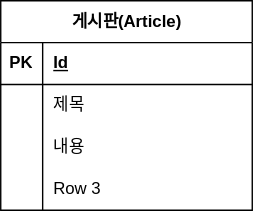
Earlier version of the draw.io export document/project-board-erd.svg (cafe-jun/spring-board). Source tidied: cells renumbered, new cells last; positions are measured from the earlier drawing's top-left corner, leaving out a move shared by most shapes. Its diagram source:
```xml
<mxGraphModel>
  <root>
    <mxCell id="0" />
    <mxCell id="1" parent="0" />
    <mxCell id="2" value="게시판(Article)" style="shape=table;startSize=30;rowLines=0;fontStyle=1;align=center;html=1;" parent="1" vertex="1">
      <mxGeometry width="180" height="150" as="geometry" />
    </mxCell>
    <mxCell id="3" style="shape=tableRow;horizontal=0;startSize=0;swimlaneHead=0;swimlaneBody=0;fillColor=none;top=0;left=0;right=0;bottom=1;" parent="2" vertex="1">
      <mxGeometry y="30" width="180" height="30" as="geometry" />
    </mxCell>
    <mxCell id="4" value="PK" style="shape=partialRectangle;fillColor=none;top=0;left=0;bottom=0;right=0;fontStyle=1;overflow=hidden;whiteSpace=wrap;html=1;" parent="3" vertex="1">
      <mxGeometry width="30" height="30" as="geometry" />
    </mxCell>
    <mxCell id="5" value="Id" style="shape=partialRectangle;fillColor=none;top=0;left=0;bottom=0;right=0;align=left;spacingLeft=6;fontStyle=5;overflow=hidden;whiteSpace=wrap;html=1;" parent="3" vertex="1">
      <mxGeometry x="30" width="150" height="30" as="geometry" />
    </mxCell>
    <mxCell id="6" style="shape=tableRow;horizontal=0;startSize=0;swimlaneHead=0;swimlaneBody=0;fillColor=none;top=0;left=0;right=0;bottom=0;" parent="2" vertex="1">
      <mxGeometry y="60" width="180" height="30" as="geometry" />
    </mxCell>
    <mxCell id="7" style="shape=partialRectangle;fillColor=none;top=0;left=0;bottom=0;right=0;overflow=hidden;whiteSpace=wrap;html=1;" parent="6" vertex="1">
      <mxGeometry width="30" height="30" as="geometry" />
    </mxCell>
    <mxCell id="8" value="제목" style="shape=partialRectangle;fillColor=none;top=0;left=0;bottom=0;right=0;align=left;spacingLeft=6;overflow=hidden;whiteSpace=wrap;html=1;" parent="6" vertex="1">
      <mxGeometry x="30" width="150" height="30" as="geometry" />
    </mxCell>
    <mxCell id="9" style="shape=tableRow;horizontal=0;startSize=0;swimlaneHead=0;swimlaneBody=0;fillColor=none;top=0;left=0;right=0;bottom=0;" parent="2" vertex="1">
      <mxGeometry y="90" width="180" height="30" as="geometry" />
    </mxCell>
    <mxCell id="10" style="shape=partialRectangle;fillColor=none;top=0;left=0;bottom=0;right=0;overflow=hidden;whiteSpace=wrap;html=1;" parent="9" vertex="1">
      <mxGeometry width="30" height="30" as="geometry" />
    </mxCell>
    <mxCell id="11" value="내용" style="shape=partialRectangle;fillColor=none;top=0;left=0;bottom=0;right=0;align=left;spacingLeft=6;overflow=hidden;whiteSpace=wrap;html=1;" parent="9" vertex="1">
      <mxGeometry x="30" width="150" height="30" as="geometry" />
    </mxCell>
    <mxCell id="12" style="shape=tableRow;horizontal=0;startSize=0;swimlaneHead=0;swimlaneBody=0;fillColor=none;top=0;left=0;right=0;bottom=0;" parent="2" vertex="1">
      <mxGeometry y="120" width="180" height="30" as="geometry" />
    </mxCell>
    <mxCell id="13" style="shape=partialRectangle;fillColor=none;top=0;left=0;bottom=0;right=0;overflow=hidden;whiteSpace=wrap;html=1;" parent="12" vertex="1">
      <mxGeometry width="30" height="30" as="geometry" />
    </mxCell>
    <mxCell id="14" value="Row 3" style="shape=partialRectangle;fillColor=none;top=0;left=0;bottom=0;right=0;align=left;spacingLeft=6;overflow=hidden;whiteSpace=wrap;html=1;" parent="12" vertex="1">
      <mxGeometry x="30" width="150" height="30" as="geometry" />
    </mxCell>
  </root>
</mxGraphModel>
```
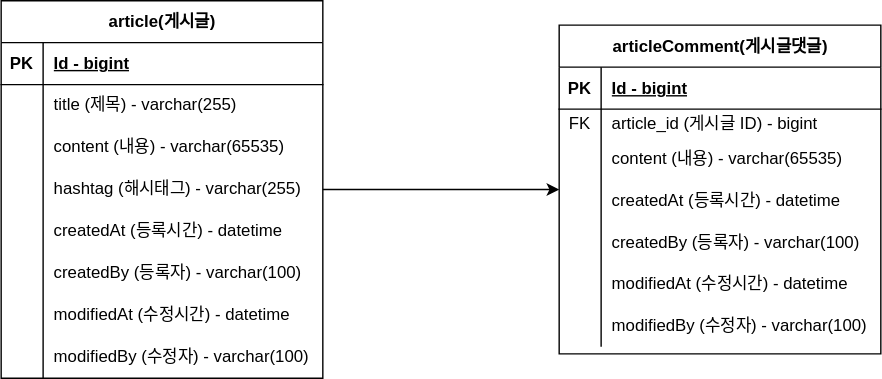
The same file after the commit.

Change to the diagram source:
```diff
@@ -2,44 +2,149 @@
   <root>
     <mxCell id="0" />
     <mxCell id="1" parent="0" />
+    <mxCell id="15" style="edgeStyle=orthogonalEdgeStyle;rounded=0;jettySize=auto;html=1;" parent="1" edge="1" source="2" target="28">
+      <mxGeometry relative="1" as="geometry" />
+    </mxCell>
-    <mxCell id="2" value="게시판(Article)" style="shape=table;startSize=30;rowLines=0;fontStyle=1;align=center;html=1;" parent="1" vertex="1">
-      <mxGeometry width="180" height="150" as="geometry" />
+    <mxCell id="2" value="article(게시글)" style="shape=table;startSize=30;rowLines=0;fontStyle=1;align=center;html=1;" parent="1" vertex="1">
+      <mxGeometry width="230" height="270" as="geometry" />
     </mxCell>
     <mxCell id="3" style="shape=tableRow;horizontal=0;startSize=0;swimlaneHead=0;swimlaneBody=0;fillColor=none;top=0;left=0;right=0;bottom=1;" parent="2" vertex="1">
-      <mxGeometry y="30" width="180" height="30" as="geometry" />
+      <mxGeometry y="30" width="230" height="30" as="geometry" />
     </mxCell>
     <mxCell id="4" value="PK" style="shape=partialRectangle;fillColor=none;top=0;left=0;bottom=0;right=0;fontStyle=1;overflow=hidden;whiteSpace=wrap;html=1;" parent="3" vertex="1">
       <mxGeometry width="30" height="30" as="geometry" />
     </mxCell>
-    <mxCell id="5" value="Id" style="shape=partialRectangle;fillColor=none;top=0;left=0;bottom=0;right=0;align=left;spacingLeft=6;fontStyle=5;overflow=hidden;whiteSpace=wrap;html=1;" parent="3" vertex="1">
-      <mxGeometry x="30" width="150" height="30" as="geometry" />
+    <mxCell id="5" value="Id - bigint" style="shape=partialRectangle;fillColor=none;top=0;left=0;bottom=0;right=0;align=left;spacingLeft=6;fontStyle=5;overflow=hidden;whiteSpace=wrap;html=1;" parent="3" vertex="1">
+      <mxGeometry x="30" width="200" height="30" as="geometry" />
     </mxCell>
     <mxCell id="6" style="shape=tableRow;horizontal=0;startSize=0;swimlaneHead=0;swimlaneBody=0;fillColor=none;top=0;left=0;right=0;bottom=0;" parent="2" vertex="1">
-      <mxGeometry y="60" width="180" height="30" as="geometry" />
+      <mxGeometry y="60" width="230" height="30" as="geometry" />
     </mxCell>
     <mxCell id="7" style="shape=partialRectangle;fillColor=none;top=0;left=0;bottom=0;right=0;overflow=hidden;whiteSpace=wrap;html=1;" parent="6" vertex="1">
       <mxGeometry width="30" height="30" as="geometry" />
     </mxCell>
-    <mxCell id="8" value="제목" style="shape=partialRectangle;fillColor=none;top=0;left=0;bottom=0;right=0;align=left;spacingLeft=6;overflow=hidden;whiteSpace=wrap;html=1;" parent="6" vertex="1">
-      <mxGeometry x="30" width="150" height="30" as="geometry" />
+    <mxCell id="8" value="title (제목) - varchar(255)" style="shape=partialRectangle;fillColor=none;top=0;left=0;bottom=0;right=0;align=left;spacingLeft=6;overflow=hidden;whiteSpace=wrap;html=1;" parent="6" vertex="1">
+      <mxGeometry x="30" width="200" height="30" as="geometry" />
     </mxCell>
     <mxCell id="9" style="shape=tableRow;horizontal=0;startSize=0;swimlaneHead=0;swimlaneBody=0;fillColor=none;top=0;left=0;right=0;bottom=0;" parent="2" vertex="1">
-      <mxGeometry y="90" width="180" height="30" as="geometry" />
+      <mxGeometry y="90" width="230" height="30" as="geometry" />
     </mxCell>
     <mxCell id="10" style="shape=partialRectangle;fillColor=none;top=0;left=0;bottom=0;right=0;overflow=hidden;whiteSpace=wrap;html=1;" parent="9" vertex="1">
       <mxGeometry width="30" height="30" as="geometry" />
     </mxCell>
-    <mxCell id="11" value="내용" style="shape=partialRectangle;fillColor=none;top=0;left=0;bottom=0;right=0;align=left;spacingLeft=6;overflow=hidden;whiteSpace=wrap;html=1;" parent="9" vertex="1">
-      <mxGeometry x="30" width="150" height="30" as="geometry" />
+    <mxCell id="11" value="content (내용) - varchar(65535)" style="shape=partialRectangle;fillColor=none;top=0;left=0;bottom=0;right=0;align=left;spacingLeft=6;overflow=hidden;whiteSpace=wrap;html=1;" parent="9" vertex="1">
+      <mxGeometry x="30" width="200" height="30" as="geometry" />
     </mxCell>
     <mxCell id="12" style="shape=tableRow;horizontal=0;startSize=0;swimlaneHead=0;swimlaneBody=0;fillColor=none;top=0;left=0;right=0;bottom=0;" parent="2" vertex="1">
-      <mxGeometry y="120" width="180" height="30" as="geometry" />
+      <mxGeometry y="120" width="230" height="30" as="geometry" />
     </mxCell>
     <mxCell id="13" style="shape=partialRectangle;fillColor=none;top=0;left=0;bottom=0;right=0;overflow=hidden;whiteSpace=wrap;html=1;" parent="12" vertex="1">
       <mxGeometry width="30" height="30" as="geometry" />
     </mxCell>
-    <mxCell id="14" value="Row 3" style="shape=partialRectangle;fillColor=none;top=0;left=0;bottom=0;right=0;align=left;spacingLeft=6;overflow=hidden;whiteSpace=wrap;html=1;" parent="12" vertex="1">
-      <mxGeometry x="30" width="150" height="30" as="geometry" />
+    <mxCell id="14" value="hashtag (해시태그) - varchar(255)" style="shape=partialRectangle;fillColor=none;top=0;left=0;bottom=0;right=0;align=left;spacingLeft=6;overflow=hidden;whiteSpace=wrap;html=1;" parent="12" vertex="1">
+      <mxGeometry x="30" width="200" height="30" as="geometry" />
     </mxCell>
+    <mxCell id="16" style="shape=tableRow;horizontal=0;startSize=0;swimlaneHead=0;swimlaneBody=0;fillColor=none;top=0;left=0;right=0;bottom=0;" parent="2" vertex="1">
+      <mxGeometry y="150" width="230" height="30" as="geometry" />
+    </mxCell>
+    <mxCell id="17" style="shape=partialRectangle;fillColor=none;top=0;left=0;bottom=0;right=0;overflow=hidden;whiteSpace=wrap;html=1;" parent="16" vertex="1">
+      <mxGeometry width="30" height="30" as="geometry" />
+    </mxCell>
+    <mxCell id="18" value="createdAt (등록시간) - datetime" style="shape=partialRectangle;fillColor=none;top=0;left=0;bottom=0;right=0;align=left;spacingLeft=6;overflow=hidden;whiteSpace=wrap;html=1;" parent="16" vertex="1">
+      <mxGeometry x="30" width="200" height="30" as="geometry" />
+    </mxCell>
+    <mxCell id="19" style="shape=tableRow;horizontal=0;startSize=0;swimlaneHead=0;swimlaneBody=0;fillColor=none;top=0;left=0;right=0;bottom=0;" parent="2" vertex="1">
+      <mxGeometry y="180" width="230" height="30" as="geometry" />
+    </mxCell>
+    <mxCell id="20" style="shape=partialRectangle;fillColor=none;top=0;left=0;bottom=0;right=0;overflow=hidden;whiteSpace=wrap;html=1;" parent="19" vertex="1">
+      <mxGeometry width="30" height="30" as="geometry" />
+    </mxCell>
+    <mxCell id="21" value="createdBy (등록자) - varchar(100)" style="shape=partialRectangle;fillColor=none;top=0;left=0;bottom=0;right=0;align=left;spacingLeft=6;overflow=hidden;whiteSpace=wrap;html=1;" parent="19" vertex="1">
+      <mxGeometry x="30" width="200" height="30" as="geometry" />
+    </mxCell>
+    <mxCell id="22" style="shape=tableRow;horizontal=0;startSize=0;swimlaneHead=0;swimlaneBody=0;fillColor=none;top=0;left=0;right=0;bottom=0;" parent="2" vertex="1">
+      <mxGeometry y="210" width="230" height="30" as="geometry" />
+    </mxCell>
+    <mxCell id="23" style="shape=partialRectangle;fillColor=none;top=0;left=0;bottom=0;right=0;overflow=hidden;whiteSpace=wrap;html=1;" parent="22" vertex="1">
+      <mxGeometry width="30" height="30" as="geometry" />
+    </mxCell>
+    <mxCell id="24" value="modifiedAt (수정시간) - datetime" style="shape=partialRectangle;fillColor=none;top=0;left=0;bottom=0;right=0;align=left;spacingLeft=6;overflow=hidden;whiteSpace=wrap;html=1;" parent="22" vertex="1">
+      <mxGeometry x="30" width="200" height="30" as="geometry" />
+    </mxCell>
+    <mxCell id="25" style="shape=tableRow;horizontal=0;startSize=0;swimlaneHead=0;swimlaneBody=0;fillColor=none;top=0;left=0;right=0;bottom=0;" parent="2" vertex="1">
+      <mxGeometry y="240" width="230" height="30" as="geometry" />
+    </mxCell>
+    <mxCell id="26" style="shape=partialRectangle;fillColor=none;top=0;left=0;bottom=0;right=0;overflow=hidden;whiteSpace=wrap;html=1;" parent="25" vertex="1">
+      <mxGeometry width="30" height="30" as="geometry" />
+    </mxCell>
+    <mxCell id="27" value="modifiedBy (수정자) - varchar(100)" style="shape=partialRectangle;fillColor=none;top=0;left=0;bottom=0;right=0;align=left;spacingLeft=6;overflow=hidden;whiteSpace=wrap;html=1;" parent="25" vertex="1">
+      <mxGeometry x="30" width="200" height="30" as="geometry" />
+    </mxCell>
+    <mxCell id="28" value="articleComment(게시글댓글)" style="shape=table;startSize=30;rowLines=0;fontStyle=1;align=center;html=1;" parent="1" vertex="1">
+      <mxGeometry x="399" y="17.5" width="230" height="235" as="geometry" />
+    </mxCell>
+    <mxCell id="29" style="shape=tableRow;horizontal=0;startSize=0;swimlaneHead=0;swimlaneBody=0;fillColor=none;top=0;left=0;right=0;bottom=1;" parent="28" vertex="1">
+      <mxGeometry y="30" width="230" height="30" as="geometry" />
+    </mxCell>
+    <mxCell id="30" value="PK" style="shape=partialRectangle;fillColor=none;top=0;left=0;bottom=0;right=0;fontStyle=1;overflow=hidden;whiteSpace=wrap;html=1;" parent="29" vertex="1">
+      <mxGeometry width="30" height="30" as="geometry" />
+    </mxCell>
+    <mxCell id="31" value="Id - bigint" style="shape=partialRectangle;fillColor=none;top=0;left=0;bottom=0;right=0;align=left;spacingLeft=6;fontStyle=5;overflow=hidden;whiteSpace=wrap;html=1;" parent="29" vertex="1">
+      <mxGeometry x="30" width="200" height="30" as="geometry" />
+    </mxCell>
+    <mxCell id="32" style="shape=tableRow;horizontal=0;startSize=0;swimlaneHead=0;swimlaneBody=0;fillColor=none;top=0;left=0;right=0;bottom=0;" parent="28" vertex="1">
+      <mxGeometry y="60" width="230" height="20" as="geometry" />
+    </mxCell>
+    <mxCell id="33" value="FK" style="shape=partialRectangle;fillColor=none;top=0;left=0;bottom=0;right=0;overflow=hidden;whiteSpace=wrap;html=1;" parent="32" vertex="1">
+      <mxGeometry width="30" height="20" as="geometry" />
+    </mxCell>
+    <mxCell id="34" value="article_id (게시글 ID) - bigint" style="shape=partialRectangle;fillColor=none;top=0;left=0;bottom=0;right=0;align=left;spacingLeft=6;overflow=hidden;whiteSpace=wrap;html=1;" parent="32" vertex="1">
+      <mxGeometry x="30" width="200" height="20" as="geometry" />
+    </mxCell>
+    <mxCell id="35" style="shape=tableRow;horizontal=0;startSize=0;swimlaneHead=0;swimlaneBody=0;fillColor=none;top=0;left=0;right=0;bottom=0;" parent="28" vertex="1">
+      <mxGeometry y="80" width="230" height="30" as="geometry" />
+    </mxCell>
+    <mxCell id="36" style="shape=partialRectangle;fillColor=none;top=0;left=0;bottom=0;right=0;overflow=hidden;whiteSpace=wrap;html=1;" parent="35" vertex="1">
+      <mxGeometry width="30" height="30" as="geometry" />
+    </mxCell>
+    <mxCell id="37" value="content (내용) - varchar(65535)" style="shape=partialRectangle;fillColor=none;top=0;left=0;bottom=0;right=0;align=left;spacingLeft=6;overflow=hidden;whiteSpace=wrap;html=1;" parent="35" vertex="1">
+      <mxGeometry x="30" width="200" height="30" as="geometry" />
+    </mxCell>
+    <mxCell id="38" style="shape=tableRow;horizontal=0;startSize=0;swimlaneHead=0;swimlaneBody=0;fillColor=none;top=0;left=0;right=0;bottom=0;" parent="28" vertex="1">
+      <mxGeometry y="110" width="230" height="30" as="geometry" />
+    </mxCell>
+    <mxCell id="39" style="shape=partialRectangle;fillColor=none;top=0;left=0;bottom=0;right=0;overflow=hidden;whiteSpace=wrap;html=1;" parent="38" vertex="1">
+      <mxGeometry width="30" height="30" as="geometry" />
+    </mxCell>
+    <mxCell id="40" value="createdAt (등록시간) - datetime" style="shape=partialRectangle;fillColor=none;top=0;left=0;bottom=0;right=0;align=left;spacingLeft=6;overflow=hidden;whiteSpace=wrap;html=1;" parent="38" vertex="1">
+      <mxGeometry x="30" width="200" height="30" as="geometry" />
+    </mxCell>
+    <mxCell id="41" style="shape=tableRow;horizontal=0;startSize=0;swimlaneHead=0;swimlaneBody=0;fillColor=none;top=0;left=0;right=0;bottom=0;" parent="28" vertex="1">
+      <mxGeometry y="140" width="230" height="30" as="geometry" />
+    </mxCell>
+    <mxCell id="42" style="shape=partialRectangle;fillColor=none;top=0;left=0;bottom=0;right=0;overflow=hidden;whiteSpace=wrap;html=1;" parent="41" vertex="1">
+      <mxGeometry width="30" height="30" as="geometry" />
+    </mxCell>
+    <mxCell id="43" value="createdBy (등록자) - varchar(100)" style="shape=partialRectangle;fillColor=none;top=0;left=0;bottom=0;right=0;align=left;spacingLeft=6;overflow=hidden;whiteSpace=wrap;html=1;" parent="41" vertex="1">
+      <mxGeometry x="30" width="200" height="30" as="geometry" />
+    </mxCell>
+    <mxCell id="44" style="shape=tableRow;horizontal=0;startSize=0;swimlaneHead=0;swimlaneBody=0;fillColor=none;top=0;left=0;right=0;bottom=0;" parent="28" vertex="1">
+      <mxGeometry y="170" width="230" height="30" as="geometry" />
+    </mxCell>
+    <mxCell id="45" style="shape=partialRectangle;fillColor=none;top=0;left=0;bottom=0;right=0;overflow=hidden;whiteSpace=wrap;html=1;" parent="44" vertex="1">
+      <mxGeometry width="30" height="30" as="geometry" />
+    </mxCell>
+    <mxCell id="46" value="modifiedAt (수정시간) - datetime" style="shape=partialRectangle;fillColor=none;top=0;left=0;bottom=0;right=0;align=left;spacingLeft=6;overflow=hidden;whiteSpace=wrap;html=1;" parent="44" vertex="1">
+      <mxGeometry x="30" width="200" height="30" as="geometry" />
+    </mxCell>
+    <mxCell id="47" style="shape=tableRow;horizontal=0;startSize=0;swimlaneHead=0;swimlaneBody=0;fillColor=none;top=0;left=0;right=0;bottom=0;" parent="28" vertex="1">
+      <mxGeometry y="200" width="230" height="30" as="geometry" />
+    </mxCell>
+    <mxCell id="48" style="shape=partialRectangle;fillColor=none;top=0;left=0;bottom=0;right=0;overflow=hidden;whiteSpace=wrap;html=1;" parent="47" vertex="1">
+      <mxGeometry width="30" height="30" as="geometry" />
+    </mxCell>
+    <mxCell id="49" value="modifiedBy (수정자) - varchar(100)" style="shape=partialRectangle;fillColor=none;top=0;left=0;bottom=0;right=0;align=left;spacingLeft=6;overflow=hidden;whiteSpace=wrap;html=1;" parent="47" vertex="1">
+      <mxGeometry x="30" width="200" height="30" as="geometry" />
+    </mxCell>
   </root>
 </mxGraphModel>
```
